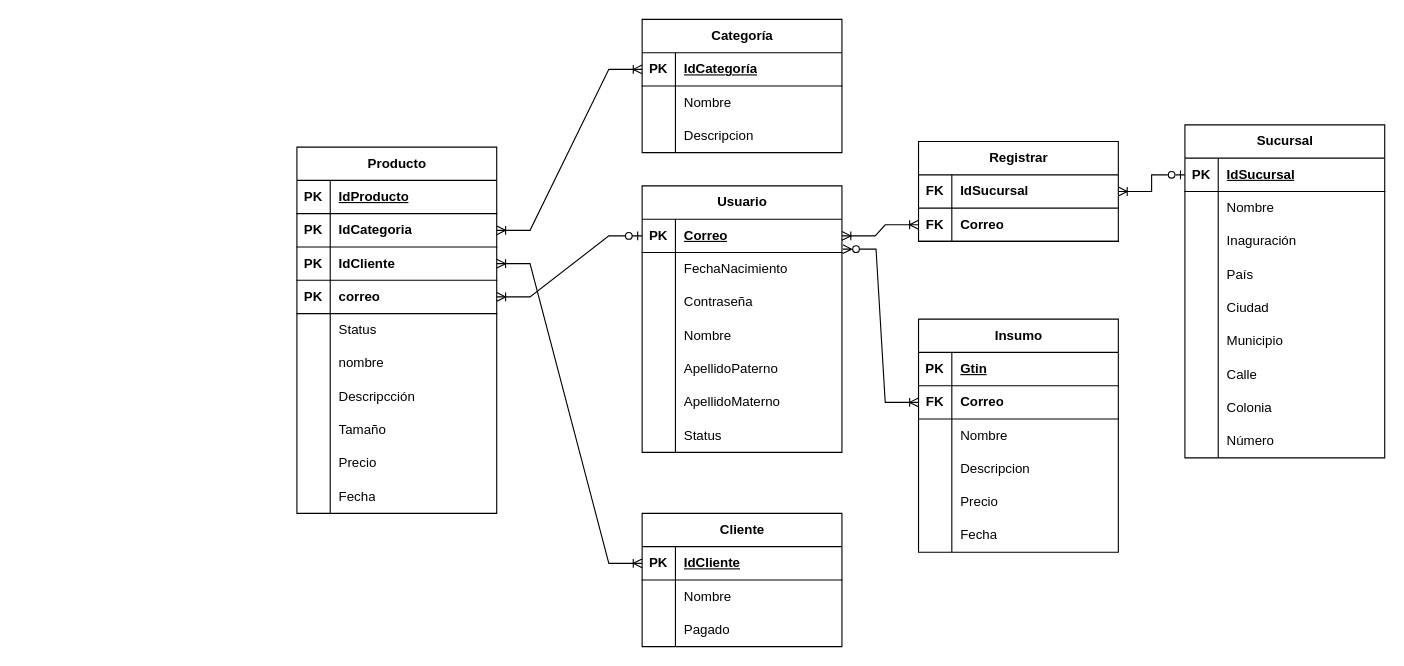
Before: page "Modelo Relacional" (2 of 2) of Diagramas.drawio in shosholanda/cafeteria-alina, a draw.io diagram. Source tidied: cells renumbered, new cells numbered last; positions are measured from the earlier drawing's top-left corner, leaving out a move shared by most shapes. Both pictures are drawn from the tidied source at 111%, with x=0, y=0 at pixel (296, 19).
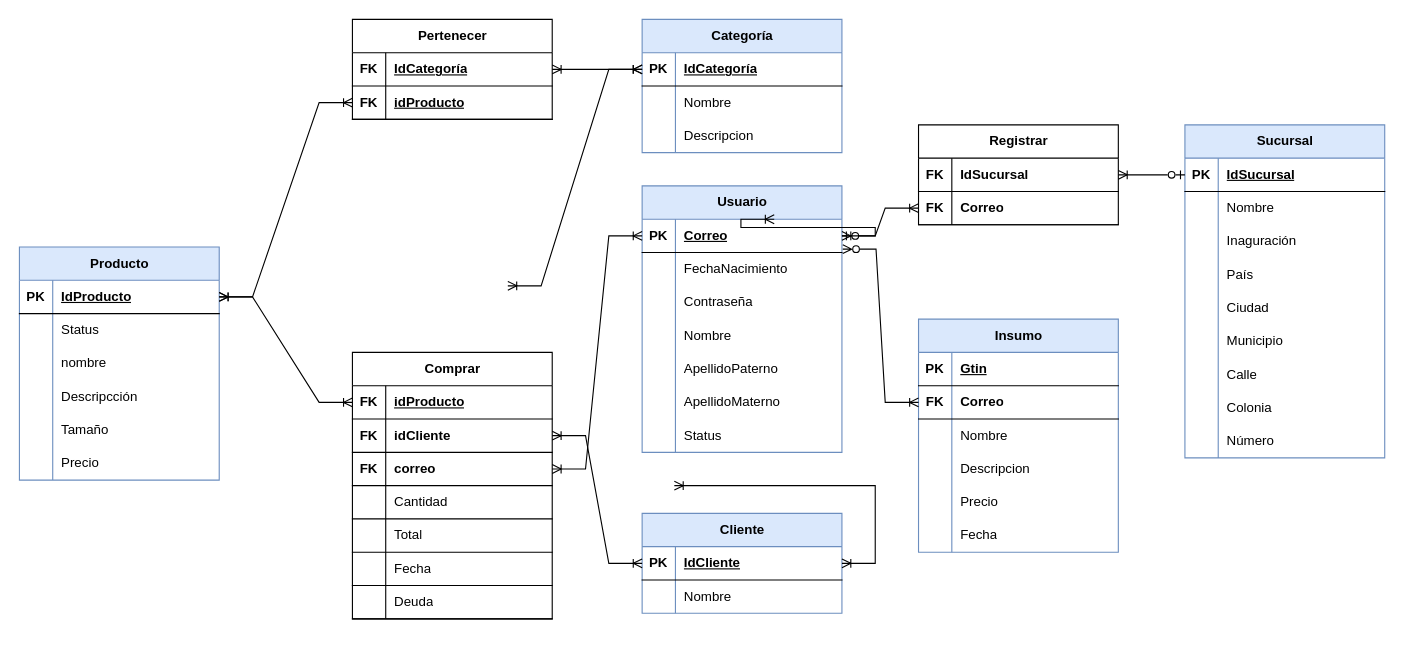
The same page after the edit.

The change refers to these unchanged cells:
```xml
<mxCell id="4" style="shape=tableRow;horizontal=0;startSize=0;swimlaneHead=0;swimlaneBody=0;fillColor=none;points=[[0,0.5],[1,0.5]];portConstraint=eastwest;top=0;left=0;right=0;bottom=1;" parent="3" vertex="1">
  <mxGeometry y="30" width="180" height="30" as="geometry" />
</mxCell>
<mxCell id="35" style="shape=tableRow;horizontal=0;startSize=0;swimlaneHead=0;swimlaneBody=0;fillColor=none;points=[[0,0.5],[1,0.5]];portConstraint=eastwest;top=0;left=0;right=0;bottom=1;" parent="34" vertex="1">
  <mxGeometry y="30" width="180" height="30" as="geometry" />
</mxCell>
<mxCell id="60" style="shape=tableRow;horizontal=0;startSize=0;swimlaneHead=0;swimlaneBody=0;fillColor=none;points=[[0,0.5],[1,0.5]];portConstraint=eastwest;top=0;left=0;right=0;bottom=1;fontStyle=4;" parent="56" vertex="1">
  <mxGeometry y="60" width="180" height="30" as="geometry" />
</mxCell>
<mxCell id="76" style="shape=tableRow;horizontal=0;startSize=0;swimlaneHead=0;swimlaneBody=0;fillColor=none;points=[[0,0.5],[1,0.5]];portConstraint=eastwest;top=0;left=0;right=0;bottom=1;" parent="75" vertex="1">
  <mxGeometry y="30" width="180" height="30" as="geometry" />
</mxCell>
<mxCell id="86" style="shape=tableRow;horizontal=0;startSize=0;swimlaneHead=0;swimlaneBody=0;fillColor=none;points=[[0,0.5],[1,0.5]];portConstraint=eastwest;top=0;left=0;right=0;bottom=1;" parent="85" vertex="1">
  <mxGeometry y="30" width="180" height="30" as="geometry" />
</mxCell>
<mxCell id="114" style="shape=tableRow;horizontal=0;startSize=0;swimlaneHead=0;swimlaneBody=0;fillColor=none;points=[[0,0.5],[1,0.5]];portConstraint=eastwest;top=0;left=0;right=0;bottom=1;" parent="113" vertex="1">
  <mxGeometry y="30" width="180" height="30" as="geometry" />
</mxCell>
<mxCell id="124" style="shape=tableRow;horizontal=0;startSize=0;swimlaneHead=0;swimlaneBody=0;fillColor=none;points=[[0,0.5],[1,0.5]];portConstraint=eastwest;top=0;left=0;right=0;bottom=1;" parent="123" vertex="1">
  <mxGeometry y="30" width="180" height="30" as="geometry" />
</mxCell>
<mxCell id="127" style="shape=tableRow;horizontal=0;startSize=0;swimlaneHead=0;swimlaneBody=0;fillColor=none;points=[[0,0.5],[1,0.5]];portConstraint=eastwest;top=0;left=0;right=0;bottom=1;" parent="123" vertex="1">
  <mxGeometry y="60" width="180" height="30" as="geometry" />
</mxCell>
```

Diff of the diagram source:
```diff
@@
-    <mxCell id="2" style="group;" parent="1" vertex="1">
-      <mxGeometry width="980" height="565" as="geometry" />
-    </mxCell>
-    <mxCell id="3" value="Producto" style="shape=table;startSize=30;childLayout=tableLayout;rowLines=0;fontStyle=1;align=center;html=1;" parent="2" vertex="1">
-      <mxGeometry y="115" width="180" height="330" as="geometry" />
+    <mxCell id="3" value="Producto" style="shape=table;startSize=30;childLayout=tableLayout;rowLines=0;fontStyle=1;align=center;html=1;fillColor=#dae8fc;strokeColor=#6c8ebf;" parent="1" vertex="1">
+      <mxGeometry x="-250" y="205" width="180" height="210" as="geometry" />
     </mxCell>
@@
-    <mxCell id="7" style="shape=tableRow;horizontal=0;startSize=0;swimlaneHead=0;swimlaneBody=0;fillColor=none;points=[[0,0.5],[1,0.5]];portConstraint=eastwest;top=0;left=0;right=0;bottom=1;" parent="3" vertex="1">
-      <mxGeometry y="60" width="180" height="30" as="geometry" />
-    </mxCell>
-    <mxCell id="8" value="PK" style="shape=partialRectangle;fillColor=none;top=0;left=0;bottom=0;right=0;fontStyle=1;overflow=hidden;whiteSpace=wrap;html=1;" parent="7" vertex="1">
-      <mxGeometry width="30" height="30" as="geometry" />
-    </mxCell>
-    <mxCell id="9" value="IdCategoria" style="shape=partialRectangle;fillColor=none;top=0;left=0;bottom=0;right=0;align=left;spacingLeft=6;fontStyle=1;overflow=hidden;whiteSpace=wrap;html=1;" parent="7" vertex="1">
-      <mxGeometry x="30" width="150" height="30" as="geometry" />
-    </mxCell>
-    <mxCell id="10" style="shape=tableRow;horizontal=0;startSize=0;swimlaneHead=0;swimlaneBody=0;fillColor=none;points=[[0,0.5],[1,0.5]];portConstraint=eastwest;top=0;left=0;right=0;bottom=1;" parent="3" vertex="1">
-      <mxGeometry y="90" width="180" height="30" as="geometry" />
-    </mxCell>
-    <mxCell id="11" value="PK" style="shape=partialRectangle;fillColor=none;top=0;left=0;bottom=0;right=0;fontStyle=1;overflow=hidden;whiteSpace=wrap;html=1;" parent="10" vertex="1">
-      <mxGeometry width="30" height="30" as="geometry" />
-    </mxCell>
-    <mxCell id="12" value="IdCliente" style="shape=partialRectangle;fillColor=none;top=0;left=0;bottom=0;right=0;align=left;spacingLeft=6;fontStyle=1;overflow=hidden;whiteSpace=wrap;html=1;" parent="10" vertex="1">
-      <mxGeometry x="30" width="150" height="30" as="geometry" />
-    </mxCell>
-    <mxCell id="13" style="shape=tableRow;horizontal=0;startSize=0;swimlaneHead=0;swimlaneBody=0;fillColor=none;points=[[0,0.5],[1,0.5]];portConstraint=eastwest;top=0;left=0;right=0;bottom=1;" parent="3" vertex="1">
-      <mxGeometry y="120" width="180" height="30" as="geometry" />
-    </mxCell>
-    <mxCell id="14" value="PK" style="shape=partialRectangle;fillColor=none;top=0;left=0;bottom=0;right=0;fontStyle=1;overflow=hidden;whiteSpace=wrap;html=1;" parent="13" vertex="1">
-      <mxGeometry width="30" height="30" as="geometry" />
-    </mxCell>
-    <mxCell id="15" value="correo" style="shape=partialRectangle;fillColor=none;top=0;left=0;bottom=0;right=0;align=left;spacingLeft=6;fontStyle=1;overflow=hidden;whiteSpace=wrap;html=1;" parent="13" vertex="1">
-      <mxGeometry x="30" width="150" height="30" as="geometry" />
-    </mxCell>
     <mxCell id="16" style="shape=tableRow;horizontal=0;startSize=0;swimlaneHead=0;swimlaneBody=0;fillColor=none;top=0;left=0;right=0;bottom=0;" parent="3" vertex="1">
-      <mxGeometry y="150" width="180" height="30" as="geometry" />
+      <mxGeometry y="60" width="180" height="30" as="geometry" />
     </mxCell>
@@
     <mxCell id="19" style="shape=tableRow;horizontal=0;startSize=0;swimlaneHead=0;swimlaneBody=0;fillColor=none;top=0;left=0;right=0;bottom=0;" parent="3" vertex="1">
-      <mxGeometry y="180" width="180" height="30" as="geometry" />
+      <mxGeometry y="90" width="180" height="30" as="geometry" />
     </mxCell>
@@
     <mxCell id="22" style="shape=tableRow;horizontal=0;startSize=0;swimlaneHead=0;swimlaneBody=0;fillColor=none;top=0;left=0;right=0;bottom=0;" parent="3" vertex="1">
-      <mxGeometry y="210" width="180" height="30" as="geometry" />
+      <mxGeometry y="120" width="180" height="30" as="geometry" />
     </mxCell>
@@
     <mxCell id="25" style="shape=tableRow;horizontal=0;startSize=0;swimlaneHead=0;swimlaneBody=0;fillColor=none;top=0;left=0;right=0;bottom=0;" parent="3" vertex="1">
-      <mxGeometry y="240" width="180" height="30" as="geometry" />
+      <mxGeometry y="150" width="180" height="30" as="geometry" />
     </mxCell>
@@
     <mxCell id="28" style="shape=tableRow;horizontal=0;startSize=0;swimlaneHead=0;swimlaneBody=0;fillColor=none;top=0;left=0;right=0;bottom=0;" parent="3" vertex="1">
-      <mxGeometry y="270" width="180" height="30" as="geometry" />
+      <mxGeometry y="180" width="180" height="30" as="geometry" />
     </mxCell>
@@
-    <mxCell id="31" style="shape=tableRow;horizontal=0;startSize=0;swimlaneHead=0;swimlaneBody=0;fillColor=none;top=0;left=0;right=0;bottom=0;" parent="3" vertex="1">
-      <mxGeometry y="300" width="180" height="30" as="geometry" />
-    </mxCell>
-    <mxCell id="32" style="shape=partialRectangle;fillColor=none;top=0;left=0;bottom=0;right=0;overflow=hidden;whiteSpace=wrap;html=1;" parent="31" vertex="1">
-      <mxGeometry width="30" height="30" as="geometry" />
-    </mxCell>
-    <mxCell id="33" value="Fecha" style="shape=partialRectangle;fillColor=none;top=0;left=0;bottom=0;right=0;align=left;spacingLeft=6;overflow=hidden;whiteSpace=wrap;html=1;" parent="31" vertex="1">
-      <mxGeometry x="30" width="150" height="30" as="geometry" />
-    </mxCell>
-    <mxCell id="34" value="Usuario" style="shape=table;startSize=30;childLayout=tableLayout;rowLines=0;fontStyle=1;align=center;html=1;" parent="2" vertex="1">
+    <mxCell id="34" value="Usuario" style="shape=table;startSize=30;childLayout=tableLayout;rowLines=0;fontStyle=1;align=center;html=1;fillColor=#dae8fc;strokeColor=#6c8ebf;" parent="1" vertex="1">
       <mxGeometry x="311" y="150" width="180" height="240" as="geometry" />
     </mxCell>
@@
-    <mxCell id="56" value="Insumo" style="shape=table;startSize=30;childLayout=tableLayout;rowLines=0;fontStyle=1;align=center;html=1;" parent="2" vertex="1">
+    <mxCell id="56" value="Insumo" style="shape=table;startSize=30;childLayout=tableLayout;rowLines=0;fontStyle=1;align=center;html=1;fillColor=#dae8fc;strokeColor=#6c8ebf;" parent="1" vertex="1">
       <mxGeometry x="560" y="270" width="180" height="210" as="geometry" />
     </mxCell>
@@
-    <mxCell id="75" value="Cliente" style="shape=table;startSize=30;childLayout=tableLayout;rowLines=0;fontStyle=1;align=center;html=1;" parent="2" vertex="1">
-      <mxGeometry x="311" y="445" width="180" height="120" as="geometry" />
+    <mxCell id="75" value="Cliente" style="shape=table;startSize=30;childLayout=tableLayout;rowLines=0;fontStyle=1;align=center;html=1;fillColor=#dae8fc;strokeColor=#6c8ebf;" parent="1" vertex="1">
+      <mxGeometry x="311" y="445" width="180" height="90" as="geometry" />
     </mxCell>
@@
-    <mxCell id="82" style="shape=tableRow;horizontal=0;startSize=0;swimlaneHead=0;swimlaneBody=0;fillColor=none;top=0;left=0;right=0;bottom=0;" parent="75" vertex="1">
-      <mxGeometry y="90" width="180" height="30" as="geometry" />
-    </mxCell>
-    <mxCell id="83" style="shape=partialRectangle;fillColor=none;top=0;left=0;bottom=0;right=0;overflow=hidden;whiteSpace=wrap;html=1;" parent="82" vertex="1">
-      <mxGeometry width="30" height="30" as="geometry" />
-    </mxCell>
-    <mxCell id="84" value="Pagado" style="shape=partialRectangle;fillColor=none;top=0;left=0;bottom=0;right=0;align=left;spacingLeft=6;overflow=hidden;whiteSpace=wrap;html=1;" parent="82" vertex="1">
-      <mxGeometry x="30" width="150" height="30" as="geometry" />
-    </mxCell>
-    <mxCell id="85" value="Sucursal" style="shape=table;startSize=30;childLayout=tableLayout;rowLines=0;fontStyle=1;align=center;html=1;" parent="2" vertex="1">
+    <mxCell id="85" value="Sucursal" style="shape=table;startSize=30;childLayout=tableLayout;rowLines=0;fontStyle=1;align=center;html=1;fillColor=#dae8fc;strokeColor=#6c8ebf;" parent="1" vertex="1">
       <mxGeometry x="800" y="95" width="180" height="300" as="geometry" />
     </mxCell>
@@
-    <mxCell id="113" value="Categoría" style="shape=table;startSize=30;childLayout=tableLayout;rowLines=0;fontStyle=1;align=center;html=1;" parent="2" vertex="1">
+    <mxCell id="113" value="Categoría" style="shape=table;startSize=30;childLayout=tableLayout;rowLines=0;fontStyle=1;align=center;html=1;fillColor=#dae8fc;strokeColor=#6c8ebf;" parent="1" vertex="1">
       <mxGeometry x="311" width="180" height="120" as="geometry" />
     </mxCell>
@@
-    <mxCell id="123" value="Registrar" style="shape=table;startSize=30;childLayout=tableLayout;rowLines=0;fontStyle=1;align=center;html=1;" parent="2" vertex="1">
-      <mxGeometry x="560" y="110" width="180" height="90" as="geometry" />
+    <mxCell id="123" value="Registrar" style="shape=table;startSize=30;childLayout=tableLayout;rowLines=0;fontStyle=1;align=center;html=1;" parent="1" vertex="1">
+      <mxGeometry x="560" y="95" width="180" height="90" as="geometry" />
     </mxCell>
@@
-    <mxCell id="130" style="edgeStyle=entityRelationEdgeStyle;fontSize=12;html=1;endArrow=ERoneToMany;startArrow=ERoneToMany;rounded=0;" parent="2" edge="1" source="7" target="114">
-      <mxGeometry relative="1" as="geometry" />
+    <mxCell id="130" style="edgeStyle=entityRelationEdgeStyle;fontSize=12;html=1;endArrow=ERoneToMany;startArrow=ERoneToMany;rounded=0;" parent="1" edge="1" target="114">
+      <mxGeometry relative="1" as="geometry">
+        <mxPoint x="190" y="240" as="sourcePoint" />
+      </mxGeometry>
     </mxCell>
-    <mxCell id="131" style="edgeStyle=entityRelationEdgeStyle;fontSize=12;html=1;endArrow=ERoneToMany;startArrow=ERzeroToOne;rounded=0;" parent="2" edge="1" source="35" target="13">
-      <mxGeometry relative="1" as="geometry" />
+    <mxCell id="131" style="edgeStyle=entityRelationEdgeStyle;fontSize=12;html=1;endArrow=ERoneToMany;startArrow=ERzeroToOne;rounded=0;" parent="1" edge="1" source="35">
+      <mxGeometry relative="1" as="geometry">
+        <mxPoint x="430" y="180" as="targetPoint" />
+      </mxGeometry>
     </mxCell>
-    <mxCell id="132" style="edgeStyle=entityRelationEdgeStyle;fontSize=12;html=1;endArrow=ERoneToMany;startArrow=ERoneToMany;rounded=0;" parent="2" edge="1" source="10" target="76">
-      <mxGeometry relative="1" as="geometry" />
+    <mxCell id="132" style="edgeStyle=entityRelationEdgeStyle;fontSize=12;html=1;endArrow=ERoneToMany;startArrow=ERoneToMany;rounded=0;" parent="1" edge="1" target="76">
+      <mxGeometry relative="1" as="geometry">
+        <mxPoint x="340" y="420" as="sourcePoint" />
+      </mxGeometry>
     </mxCell>
-    <mxCell id="133" style="edgeStyle=entityRelationEdgeStyle;fontSize=12;html=1;endArrow=ERoneToMany;startArrow=ERzeroToOne;rounded=0;startFill=0;" parent="2" edge="1" source="86" target="124">
+    <mxCell id="133" style="edgeStyle=entityRelationEdgeStyle;fontSize=12;html=1;endArrow=ERoneToMany;startArrow=ERzeroToOne;rounded=0;startFill=0;" parent="1" edge="1" source="86" target="124">
       <mxGeometry relative="1" as="geometry" />
     </mxCell>
-    <mxCell id="134" style="edgeStyle=entityRelationEdgeStyle;fontSize=12;html=1;endArrow=ERoneToMany;startArrow=ERoneToMany;rounded=0;" parent="2" edge="1" source="35" target="127">
+    <mxCell id="134" style="edgeStyle=entityRelationEdgeStyle;fontSize=12;html=1;endArrow=ERoneToMany;startArrow=ERoneToMany;rounded=0;" parent="1" edge="1" source="35" target="127">
       <mxGeometry relative="1" as="geometry" />
     </mxCell>
-    <mxCell id="135" style="edgeStyle=entityRelationEdgeStyle;fontSize=12;html=1;endArrow=ERoneToMany;startArrow=ERzeroToMany;rounded=0;startFill=0;exitX=1.004;exitY=0.898;exitDx=0;exitDy=0;exitPerimeter=0;" parent="2" edge="1" source="35" target="60">
+    <mxCell id="135" style="edgeStyle=entityRelationEdgeStyle;fontSize=12;html=1;endArrow=ERoneToMany;startArrow=ERzeroToMany;rounded=0;startFill=0;exitX=1.004;exitY=0.898;exitDx=0;exitDy=0;exitPerimeter=0;" parent="1" edge="1" source="35" target="60">
       <mxGeometry relative="1" as="geometry" />
     </mxCell>
+    <mxCell id="136" value="Pertenecer" style="shape=table;startSize=30;childLayout=tableLayout;rowLines=0;fontStyle=1;align=center;html=1;" parent="1" vertex="1">
+      <mxGeometry x="50" width="180" height="90" as="geometry" />
+    </mxCell>
+    <mxCell id="137" style="shape=tableRow;horizontal=0;startSize=0;swimlaneHead=0;swimlaneBody=0;fillColor=none;points=[[0,0.5],[1,0.5]];portConstraint=eastwest;top=0;left=0;right=0;bottom=1;" parent="136" vertex="1">
+      <mxGeometry y="30" width="180" height="30" as="geometry" />
+    </mxCell>
+    <mxCell id="138" value="FK" style="shape=partialRectangle;fillColor=none;top=0;left=0;bottom=0;right=0;fontStyle=1;overflow=hidden;whiteSpace=wrap;html=1;" parent="137" vertex="1">
+      <mxGeometry width="30" height="30" as="geometry" />
+    </mxCell>
+    <mxCell id="139" value="IdCategoría" style="shape=partialRectangle;fillColor=none;top=0;left=0;bottom=0;right=0;align=left;spacingLeft=6;fontStyle=5;overflow=hidden;whiteSpace=wrap;html=1;" parent="137" vertex="1">
+      <mxGeometry x="30" width="150" height="30" as="geometry" />
+    </mxCell>
+    <mxCell id="140" style="shape=tableRow;horizontal=0;startSize=0;swimlaneHead=0;swimlaneBody=0;fillColor=none;points=[[0,0.5],[1,0.5]];portConstraint=eastwest;top=0;left=0;right=0;bottom=1;" parent="136" vertex="1">
+      <mxGeometry y="60" width="180" height="30" as="geometry" />
+    </mxCell>
+    <mxCell id="141" value="FK" style="shape=partialRectangle;fillColor=none;top=0;left=0;bottom=0;right=0;fontStyle=1;overflow=hidden;whiteSpace=wrap;html=1;" parent="140" vertex="1">
+      <mxGeometry width="30" height="30" as="geometry" />
+    </mxCell>
+    <mxCell id="142" value="idProducto" style="shape=partialRectangle;fillColor=none;top=0;left=0;bottom=0;right=0;align=left;spacingLeft=6;fontStyle=5;overflow=hidden;whiteSpace=wrap;html=1;" parent="140" vertex="1">
+      <mxGeometry x="30" width="150" height="30" as="geometry" />
+    </mxCell>
+    <mxCell id="143" style="edgeStyle=entityRelationEdgeStyle;fontSize=12;html=1;endArrow=ERoneToMany;startArrow=ERoneToMany;rounded=0;" parent="1" edge="1" source="137" target="114">
+      <mxGeometry relative="1" as="geometry" />
+    </mxCell>
+    <mxCell id="144" style="edgeStyle=entityRelationEdgeStyle;fontSize=12;html=1;endArrow=ERoneToMany;startArrow=ERoneToMany;rounded=0;" parent="1" edge="1" source="4" target="140">
+      <mxGeometry relative="1" as="geometry" />
+    </mxCell>
+    <mxCell id="145" value="Comprar" style="shape=table;startSize=30;childLayout=tableLayout;rowLines=0;fontStyle=1;align=center;html=1;" parent="1" vertex="1">
+      <mxGeometry x="50" y="300" width="180" height="240" as="geometry" />
+    </mxCell>
+    <mxCell id="146" style="shape=tableRow;horizontal=0;startSize=0;swimlaneHead=0;swimlaneBody=0;fillColor=none;points=[[0,0.5],[1,0.5]];portConstraint=eastwest;top=0;left=0;right=0;bottom=1;" parent="145" vertex="1">
+      <mxGeometry y="30" width="180" height="30" as="geometry" />
+    </mxCell>
+    <mxCell id="147" value="FK" style="shape=partialRectangle;fillColor=none;top=0;left=0;bottom=0;right=0;fontStyle=1;overflow=hidden;whiteSpace=wrap;html=1;" parent="146" vertex="1">
+      <mxGeometry width="30" height="30" as="geometry" />
+    </mxCell>
+    <mxCell id="148" value="idProducto" style="shape=partialRectangle;fillColor=none;top=0;left=0;bottom=0;right=0;align=left;spacingLeft=6;fontStyle=5;overflow=hidden;whiteSpace=wrap;html=1;" parent="146" vertex="1">
+      <mxGeometry x="30" width="150" height="30" as="geometry" />
+    </mxCell>
+    <mxCell id="149" style="shape=tableRow;horizontal=0;startSize=0;swimlaneHead=0;swimlaneBody=0;fillColor=none;points=[[0,0.5],[1,0.5]];portConstraint=eastwest;top=0;left=0;right=0;bottom=1;" parent="145" vertex="1">
+      <mxGeometry y="60" width="180" height="30" as="geometry" />
+    </mxCell>
+    <mxCell id="150" value="FK" style="shape=partialRectangle;fillColor=none;top=0;left=0;bottom=0;right=0;fontStyle=1;overflow=hidden;whiteSpace=wrap;html=1;" parent="149" vertex="1">
+      <mxGeometry width="30" height="30" as="geometry" />
+    </mxCell>
+    <mxCell id="151" value="idCliente" style="shape=partialRectangle;fillColor=none;top=0;left=0;bottom=0;right=0;align=left;spacingLeft=6;fontStyle=1;overflow=hidden;whiteSpace=wrap;html=1;" parent="149" vertex="1">
+      <mxGeometry x="30" width="150" height="30" as="geometry" />
+    </mxCell>
+    <mxCell id="10" style="shape=tableRow;horizontal=0;startSize=0;swimlaneHead=0;swimlaneBody=0;fillColor=none;points=[[0,0.5],[1,0.5]];portConstraint=eastwest;top=0;left=0;right=0;bottom=1;" parent="145" vertex="1">
+      <mxGeometry y="90" width="180" height="30" as="geometry" />
+    </mxCell>
+    <mxCell id="152" value="FK" style="shape=partialRectangle;fillColor=none;top=0;left=0;bottom=0;right=0;fontStyle=1;overflow=hidden;whiteSpace=wrap;html=1;" parent="10" vertex="1">
+      <mxGeometry width="30" height="30" as="geometry" />
+    </mxCell>
+    <mxCell id="15" value="correo" style="shape=partialRectangle;fillColor=none;top=0;left=0;bottom=0;right=0;align=left;spacingLeft=6;fontStyle=1;overflow=hidden;whiteSpace=wrap;html=1;" parent="10" vertex="1">
+      <mxGeometry x="30" width="150" height="30" as="geometry" />
+    </mxCell>
+    <mxCell id="13" style="shape=tableRow;horizontal=0;startSize=0;swimlaneHead=0;swimlaneBody=0;fillColor=none;points=[[0,0.5],[1,0.5]];portConstraint=eastwest;top=0;left=0;right=0;bottom=1;" parent="145" vertex="1">
+      <mxGeometry y="120" width="180" height="30" as="geometry" />
+    </mxCell>
+    <mxCell id="153" style="shape=partialRectangle;fillColor=none;top=0;left=0;bottom=0;right=0;fontStyle=1;overflow=hidden;whiteSpace=wrap;html=1;" parent="13" vertex="1">
+      <mxGeometry width="30" height="30" as="geometry" />
+    </mxCell>
+    <mxCell id="154" value="&lt;span style=&quot;&quot;&gt;Cantidad&lt;/span&gt;" style="shape=partialRectangle;fillColor=none;top=0;left=0;bottom=0;right=0;align=left;spacingLeft=6;fontStyle=0;overflow=hidden;whiteSpace=wrap;html=1;" parent="13" vertex="1">
+      <mxGeometry x="30" width="150" height="30" as="geometry" />
+    </mxCell>
+    <mxCell id="155" style="shape=tableRow;horizontal=0;startSize=0;swimlaneHead=0;swimlaneBody=0;fillColor=none;top=0;left=0;right=0;bottom=1;" parent="145" vertex="1">
+      <mxGeometry y="150" width="180" height="30" as="geometry" />
+    </mxCell>
+    <mxCell id="156" style="shape=partialRectangle;fillColor=none;top=0;left=0;bottom=0;right=0;fontStyle=1;overflow=hidden;whiteSpace=wrap;html=1;" parent="155" vertex="1">
+      <mxGeometry width="30" height="30" as="geometry" />
+    </mxCell>
+    <mxCell id="157" value="&lt;span style=&quot;&quot;&gt;Total&lt;/span&gt;" style="shape=partialRectangle;fillColor=none;top=0;left=0;bottom=0;right=0;align=left;spacingLeft=6;fontStyle=0;overflow=hidden;whiteSpace=wrap;html=1;" parent="155" vertex="1">
+      <mxGeometry x="30" width="150" height="30" as="geometry" />
+    </mxCell>
+    <mxCell id="158" style="shape=tableRow;horizontal=0;startSize=0;swimlaneHead=0;swimlaneBody=0;fillColor=none;top=0;left=0;right=0;bottom=1;" parent="145" vertex="1">
+      <mxGeometry y="180" width="180" height="30" as="geometry" />
+    </mxCell>
+    <mxCell id="159" style="shape=partialRectangle;fillColor=none;top=0;left=0;bottom=0;right=0;fontStyle=1;overflow=hidden;whiteSpace=wrap;html=1;" parent="158" vertex="1">
+      <mxGeometry width="30" height="30" as="geometry" />
+    </mxCell>
+    <mxCell id="33" value="&lt;span style=&quot;&quot;&gt;Fecha&lt;/span&gt;" style="shape=partialRectangle;fillColor=none;top=0;left=0;bottom=0;right=0;align=left;spacingLeft=6;fontStyle=0;overflow=hidden;whiteSpace=wrap;html=1;" parent="158" vertex="1">
+      <mxGeometry x="30" width="150" height="30" as="geometry" />
+    </mxCell>
+    <mxCell id="160" style="shape=tableRow;horizontal=0;startSize=0;swimlaneHead=0;swimlaneBody=0;fillColor=none;top=0;left=0;right=0;bottom=1;" parent="145" vertex="1">
+      <mxGeometry y="210" width="180" height="30" as="geometry" />
+    </mxCell>
+    <mxCell id="161" style="shape=partialRectangle;fillColor=none;top=0;left=0;bottom=0;right=0;fontStyle=1;overflow=hidden;whiteSpace=wrap;html=1;" parent="160" vertex="1">
+      <mxGeometry width="30" height="30" as="geometry" />
+    </mxCell>
+    <mxCell id="162" value="Deuda" style="shape=partialRectangle;fillColor=none;top=0;left=0;bottom=0;right=0;align=left;spacingLeft=6;fontStyle=0;overflow=hidden;whiteSpace=wrap;html=1;" parent="160" vertex="1">
+      <mxGeometry x="30" width="150" height="30" as="geometry" />
+    </mxCell>
+    <mxCell id="163" style="edgeStyle=entityRelationEdgeStyle;fontSize=12;html=1;endArrow=ERoneToMany;startArrow=ERoneToMany;rounded=0;" parent="1" edge="1" source="4" target="146">
+      <mxGeometry relative="1" as="geometry" />
+    </mxCell>
+    <mxCell id="164" style="edgeStyle=entityRelationEdgeStyle;fontSize=12;html=1;endArrow=ERoneToMany;startArrow=ERoneToMany;rounded=0;" parent="1" edge="1" source="149" target="76">
+      <mxGeometry relative="1" as="geometry" />
+    </mxCell>
+    <mxCell id="165" style="edgeStyle=entityRelationEdgeStyle;fontSize=12;html=1;endArrow=ERoneToMany;startArrow=ERoneToMany;rounded=0;" parent="1" edge="1" source="10" target="35">
+      <mxGeometry relative="1" as="geometry" />
+    </mxCell>
```
